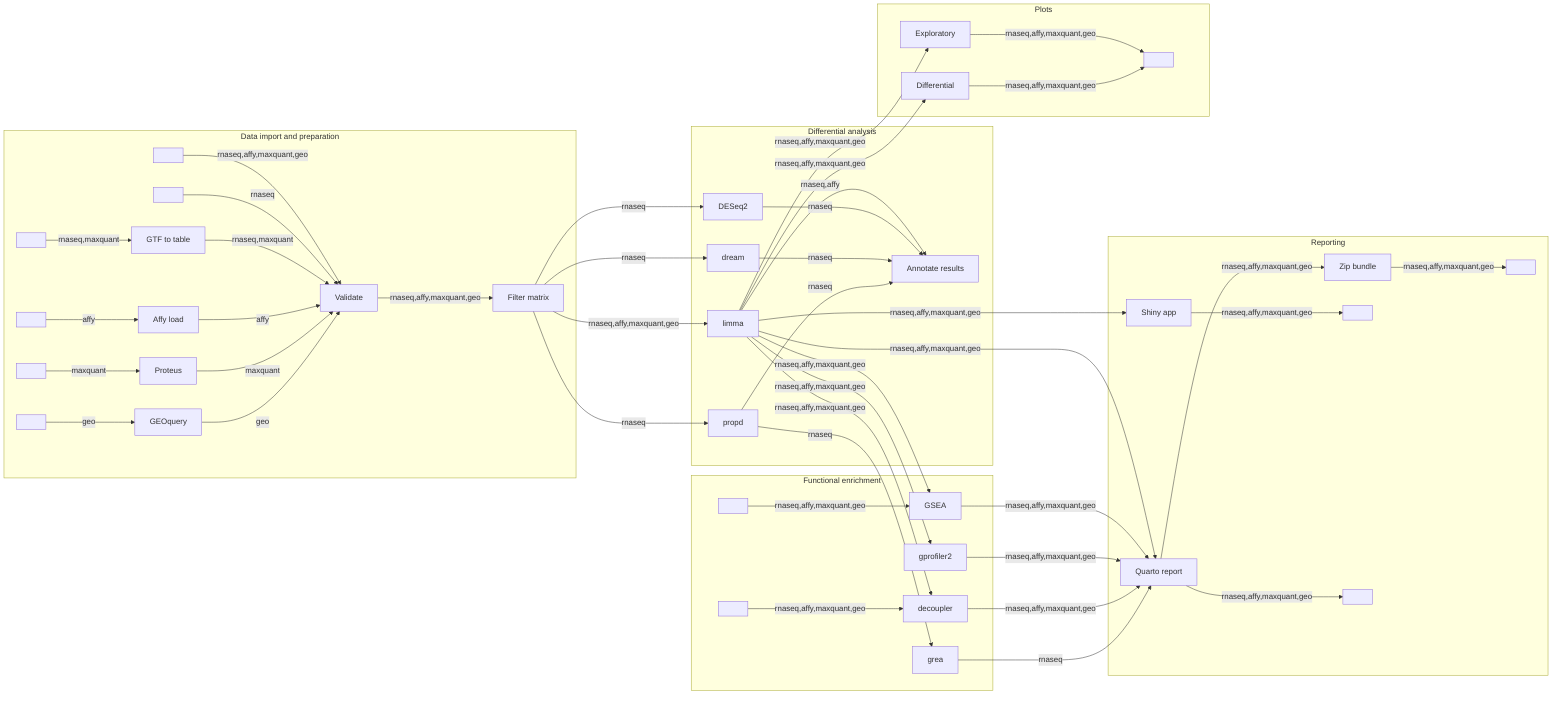
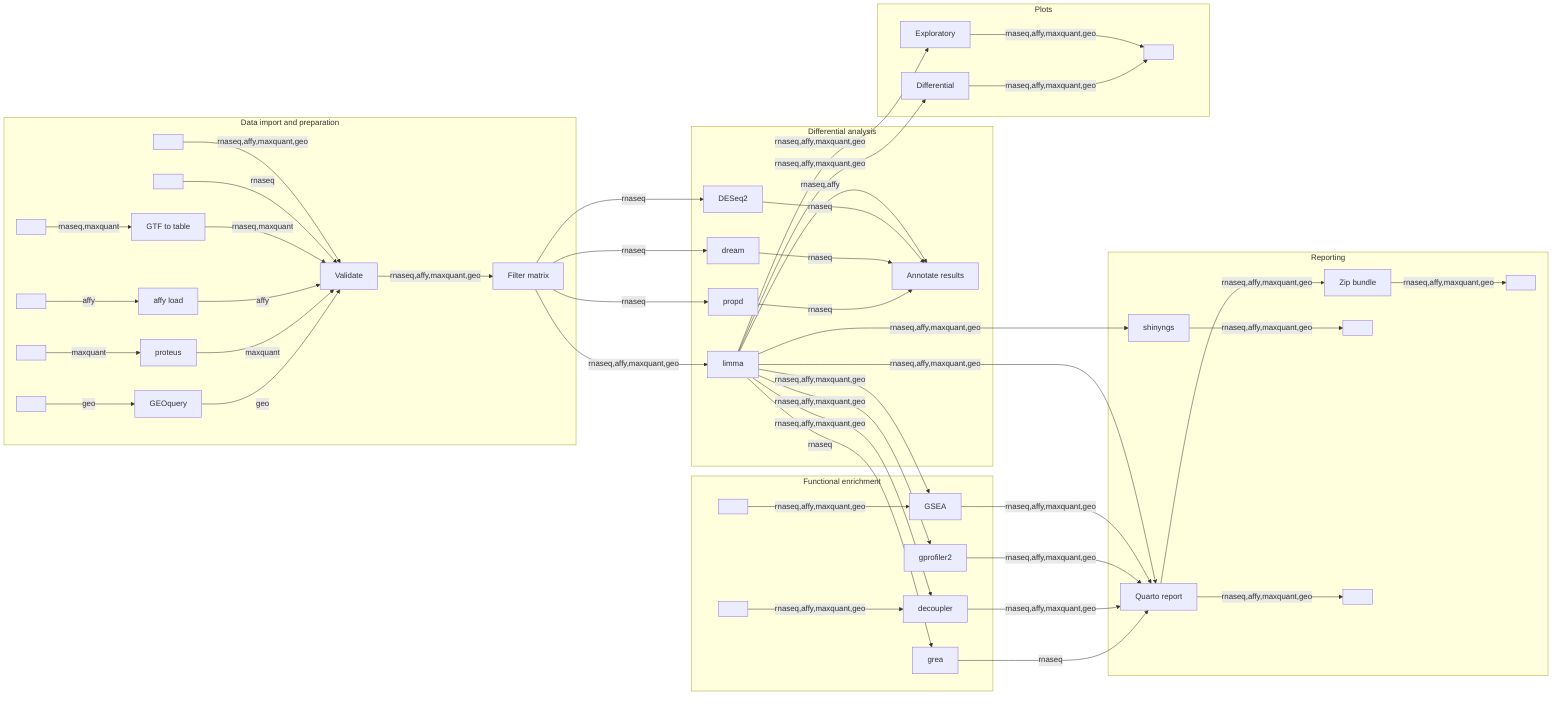
%%metro title: nf-core/differentialabundance
%%metro style: dark
%%metro legend: bl
%%metro line_order: definition
%%metro compact_offsets: true
%%metro file: meta_in | YAML | Contrasts
%%metro file: meta_in | CSV | Samples
%%metro file: matrix_in | TSV | Matrix
%%metro file: cel_in | CEL | Affy CEL
%%metro file: mq_in | TSV | MaxQuant
%%metro file: geo_in | STR | GEO ID
%%metro file: gtf_in | GTF | GTF
%%metro file: gmt_in | GMT | Gene sets
%%metro file: net_in | TSV | Network
%%metro file: report_html | HTML | Report
%%metro file: bundle_zip | ZIP | Bundle
%%metro file: shiny_html | HTML | Shiny
%%metro file: plots_png | PNG | Plots
%%metro line: rnaseq | RNA-seq counts | #2db572
%%metro line: affy | Affymetrix microarray | #e6550d
%%metro line: maxquant | MaxQuant proteomics | #0570b0
%%metro line: geo | GEO SOFT file | #756bb1
%%metro grid: data_prep | 0,0,2,1
%%metro grid: differential | 1,0,1,1
%%metro grid: functional | 2,0,1,1
%%metro grid: reporting | 3,0,1,1
%%metro grid: plots | 2,1,1,1
%%metro off_track: gmt_in, net_in

graph LR
    subgraph data_prep [Data import and preparation]
        %%metro exit: right | rnaseq, affy, maxquant, geo
        meta_in[ ]
        matrix_in[ ]
        gtf_in[ ]
        cel_in[ ]
        mq_in[ ]
        geo_in[ ]
        gtf_to_table[GTF to table]
-         affy_load[Affy load]
-         proteus[Proteus]
+         affy_load[affy load]
+         proteus[proteus]
        geoquery[GEOquery]
        validator[Validate]
        matrix_filter[Filter matrix]

        meta_in -->|rnaseq,affy,maxquant,geo| validator
        matrix_in -->|rnaseq| validator
        gtf_in -->|rnaseq,maxquant| gtf_to_table
        gtf_to_table -->|rnaseq,maxquant| validator
        cel_in -->|affy| affy_load
        affy_load -->|affy| validator
        mq_in -->|maxquant| proteus
        proteus -->|maxquant| validator
        geo_in -->|geo| geoquery
        geoquery -->|geo| validator
        validator -->|rnaseq,affy,maxquant,geo| matrix_filter
    end

    subgraph differential [Differential analysis]
        %%metro entry: left | rnaseq, affy, maxquant, geo
        %%metro exit: right | rnaseq, affy, maxquant, geo
        limma[limma]
        deseq2[DESeq2]
        dream[dream]
        propd[propd]
        annotate[Annotate results]

        limma -->|rnaseq,affy| annotate
        deseq2 -->|rnaseq| annotate
        dream -->|rnaseq| annotate
        propd -->|rnaseq| annotate
    end

    subgraph functional [Functional enrichment]
        %%metro entry: left | rnaseq, affy, maxquant, geo
        %%metro exit: right | rnaseq, affy, maxquant, geo
        gmt_in[ ]
        net_in[ ]
        gsea[GSEA]
        gprofiler2[gprofiler2]
        decoupler[decoupler]
        grea[grea]

        gmt_in -->|rnaseq,affy,maxquant,geo| gsea
        net_in -->|rnaseq,affy,maxquant,geo| decoupler
    end

    subgraph reporting [Reporting]
        %%metro entry: left | rnaseq, affy, maxquant, geo
-         shinyngs[Shiny app]
+         shinyngs[shinyngs]
        quarto[Quarto report]
        bundle[Zip bundle]
        shiny_html[ ]
        report_html[ ]
        bundle_zip[ ]

        shinyngs -->|rnaseq,affy,maxquant,geo| shiny_html
        quarto -->|rnaseq,affy,maxquant,geo| report_html
        quarto -->|rnaseq,affy,maxquant,geo| bundle
        bundle -->|rnaseq,affy,maxquant,geo| bundle_zip
    end

    subgraph plots [Plots]
        %%metro entry: left | rnaseq, affy, maxquant, geo
        plot_expl[Exploratory]
        plot_diff[Differential]
        plots_png[ ]

        plot_expl -->|rnaseq,affy,maxquant,geo| plots_png
        plot_diff -->|rnaseq,affy,maxquant,geo| plots_png
    end

    %% Inter-section edges
    matrix_filter -->|rnaseq,affy,maxquant,geo| limma
    matrix_filter -->|rnaseq| deseq2
    matrix_filter -->|rnaseq| dream
    matrix_filter -->|rnaseq| propd
    %% Section 2 -> Section 3 (functional from differential results)
    limma -->|rnaseq,affy,maxquant,geo| gsea
    limma -->|rnaseq,affy,maxquant,geo| gprofiler2
    limma -->|rnaseq,affy,maxquant,geo| decoupler
-     propd -->|rnaseq| grea
+     limma -->|rnaseq| grea
    %% Section 2 -> Section 4 (plots are parallel, both from differential trunk)
    limma -->|rnaseq,affy,maxquant,geo| plot_expl
    limma -->|rnaseq,affy,maxquant,geo| plot_diff
    %% Section 2/3 -> Section 5 (reporting from differential + functional)
    limma -->|rnaseq,affy,maxquant,geo| shinyngs
    limma -->|rnaseq,affy,maxquant,geo| quarto
    gsea -->|rnaseq,affy,maxquant,geo| quarto
    gprofiler2 -->|rnaseq,affy,maxquant,geo| quarto
    decoupler -->|rnaseq,affy,maxquant,geo| quarto
    grea -->|rnaseq| quarto
